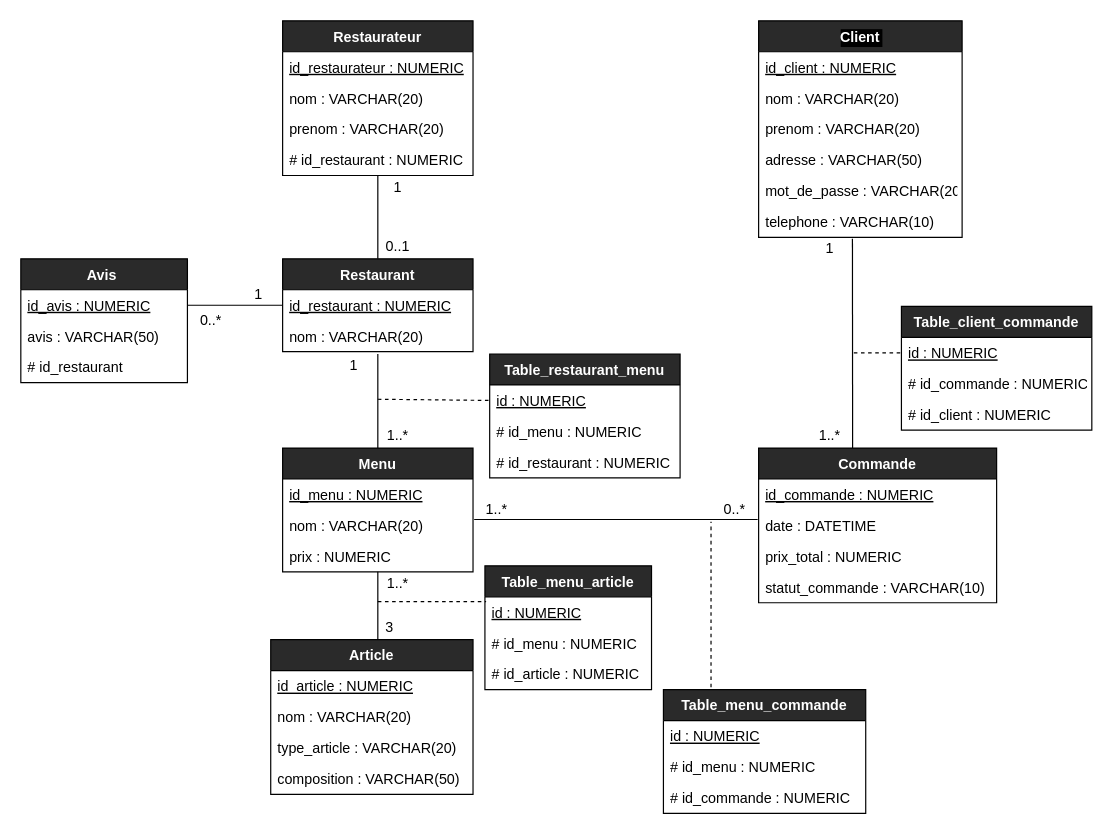
Above: diagrammes/diagramme_base_de_donnees.drawio in TheAIWizard/Ensaeats (draw.io), before the change. Source tidied: cells renumbered, new cells numbered last; positions are measured from the earlier drawing's top-left corner, leaving out a move shared by most shapes. Both pictures are drawn from the tidied source at 119%, with x=0, y=0 at pixel (20, 20).
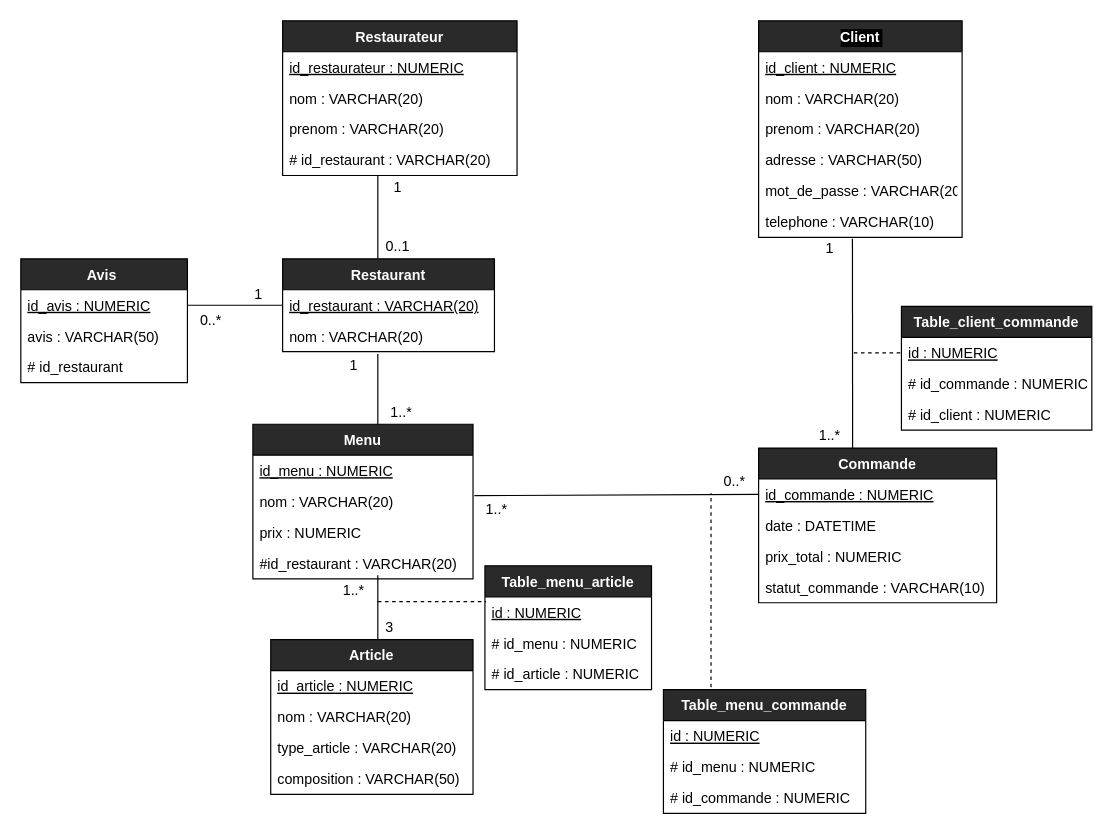
Above is the later version.

Unchanged cells that the change refers to:
```xml
<mxCell id="36" value="&lt;font color=&quot;#000000&quot;&gt;3&lt;/font&gt;" style="text;html=1;strokeColor=none;fillColor=none;align=center;verticalAlign=middle;whiteSpace=wrap;rounded=0;shadow=0;glass=0;sketch=0;" parent="1" vertex="1">
  <mxGeometry x="290" y="500" width="40" height="20" as="geometry" />
</mxCell>
<mxCell id="56" value="id_commande : NUMERIC" style="text;strokeColor=none;fillColor=none;align=left;verticalAlign=top;spacingLeft=4;spacingRight=4;overflow=hidden;points=[[0,0.5],[1,0.5]];portConstraint=eastwest;fontStyle=4;fontColor=#000000;" parent="55" vertex="1">
  <mxGeometry y="26" width="200" height="26" as="geometry" />
</mxCell>
<mxCell id="57" value="date : DATETIME" style="text;strokeColor=none;fillColor=none;align=left;verticalAlign=top;spacingLeft=4;spacingRight=4;overflow=hidden;points=[[0,0.5],[1,0.5]];portConstraint=eastwest;fontColor=#000000;" parent="55" vertex="1">
  <mxGeometry y="52" width="200" height="26" as="geometry" />
</mxCell>
```

The edit, as a diff of the source:
```diff
@@
     <mxCell id="8" value="Restaurateur" style="swimlane;fontStyle=1;horizontal=1;startSize=26;rounded=0;shadow=0;glass=0;sketch=0;fillColor=#2a2a2a;fontColor=#FFFFFF;" parent="1" vertex="1">
-      <mxGeometry x="220" width="160" height="130" as="geometry" />
+      <mxGeometry x="220" width="197" height="130" as="geometry" />
     </mxCell>
     <mxCell id="9" value="id_restaurateur : NUMERIC" style="text;strokeColor=none;fillColor=none;align=left;verticalAlign=top;spacingLeft=4;spacingRight=4;overflow=hidden;fontStyle=4;fontColor=#000000;" parent="8" vertex="1">
-      <mxGeometry y="26" width="160" height="26" as="geometry" />
+      <mxGeometry y="26" width="197" height="26" as="geometry" />
     </mxCell>
     <mxCell id="10" value="nom : VARCHAR(20)" style="text;strokeColor=none;fillColor=none;align=left;verticalAlign=top;spacingLeft=4;spacingRight=4;overflow=hidden;fontColor=#000000;" parent="8" vertex="1">
-      <mxGeometry y="52" width="160" height="26" as="geometry" />
+      <mxGeometry y="52" width="197" height="26" as="geometry" />
     </mxCell>
     <mxCell id="11" value="prenom : VARCHAR(20)&#10;" style="text;strokeColor=none;fillColor=none;align=left;verticalAlign=top;spacingLeft=4;spacingRight=4;overflow=hidden;fontColor=#000000;" parent="8" vertex="1">
-      <mxGeometry y="78" width="160" height="26" as="geometry" />
+      <mxGeometry y="78" width="197" height="26" as="geometry" />
     </mxCell>
-    <mxCell id="12" value="# id_restaurant : NUMERIC" style="text;strokeColor=none;fillColor=none;align=left;verticalAlign=top;spacingLeft=4;spacingRight=4;overflow=hidden;labelBackgroundColor=#ffffff;fontColor=#000000;" parent="8" vertex="1">
-      <mxGeometry y="104" width="160" height="26" as="geometry" />
+    <mxCell id="12" value="# id_restaurant : VARCHAR(20)" style="text;strokeColor=none;fillColor=none;align=left;verticalAlign=top;spacingLeft=4;spacingRight=4;overflow=hidden;labelBackgroundColor=#ffffff;fontColor=#000000;" parent="8" vertex="1">
+      <mxGeometry y="104" width="197" height="26" as="geometry" />
     </mxCell>
     <mxCell id="13" value="Restaurant" style="swimlane;fontStyle=1;horizontal=1;startSize=26;rounded=0;shadow=0;glass=0;sketch=0;fillColor=#2a2a2a;fontColor=#FFFFFF;" parent="1" vertex="1">
-      <mxGeometry x="220" y="200" width="160" height="78" as="geometry" />
+      <mxGeometry x="220" y="200" width="178" height="78" as="geometry" />
     </mxCell>
-    <mxCell id="14" value="id_restaurant : NUMERIC" style="text;strokeColor=none;fillColor=none;align=left;verticalAlign=top;spacingLeft=4;spacingRight=4;overflow=hidden;points=[[0,0.5],[1,0.5]];portConstraint=eastwest;fontStyle=4;fontColor=#000000;" parent="13" vertex="1">
-      <mxGeometry y="26" width="160" height="26" as="geometry" />
+    <mxCell id="14" value="id_restaurant : VARCHAR(20)" style="text;strokeColor=none;fillColor=none;align=left;verticalAlign=top;spacingLeft=4;spacingRight=4;overflow=hidden;points=[[0,0.5],[1,0.5]];portConstraint=eastwest;fontStyle=4;fontColor=#000000;" parent="13" vertex="1">
+      <mxGeometry y="26" width="178" height="26" as="geometry" />
     </mxCell>
     <mxCell id="15" value="nom : VARCHAR(20)" style="text;strokeColor=none;fillColor=none;align=left;verticalAlign=top;spacingLeft=4;spacingRight=4;overflow=hidden;rounded=0;shadow=0;glass=0;sketch=0;fontColor=#000000;" parent="13" vertex="1">
-      <mxGeometry y="52" width="160" height="26" as="geometry" />
+      <mxGeometry y="52" width="178" height="26" as="geometry" />
     </mxCell>
@@
     <mxCell id="17" value="Menu" style="swimlane;fontStyle=1;horizontal=1;startSize=26;rounded=0;shadow=0;glass=0;sketch=0;fillColor=#2a2a2a;fontColor=#FFFFFF;" parent="1" vertex="1">
-      <mxGeometry x="220" y="359" width="160" height="104" as="geometry" />
+      <mxGeometry x="195" y="339" width="185" height="130" as="geometry" />
     </mxCell>
     <mxCell id="18" value="id_menu : NUMERIC" style="text;strokeColor=none;fillColor=none;align=left;verticalAlign=top;spacingLeft=4;spacingRight=4;overflow=hidden;fontStyle=4;fontColor=#000000;" parent="17" vertex="1">
-      <mxGeometry y="26" width="160" height="26" as="geometry" />
+      <mxGeometry y="26" width="185" height="26" as="geometry" />
     </mxCell>
     <mxCell id="19" value="nom : VARCHAR(20)" style="text;strokeColor=none;fillColor=none;align=left;verticalAlign=top;spacingLeft=4;spacingRight=4;overflow=hidden;points=[[0,0.5],[1,0.5]];portConstraint=eastwest;fontColor=#000000;" parent="17" vertex="1">
-      <mxGeometry y="52" width="160" height="26" as="geometry" />
+      <mxGeometry y="52" width="185" height="26" as="geometry" />
     </mxCell>
     <mxCell id="20" value="prix : NUMERIC" style="text;strokeColor=none;fillColor=none;align=left;verticalAlign=top;spacingLeft=4;spacingRight=4;overflow=hidden;points=[[0,0.5],[1,0.5]];portConstraint=eastwest;fontColor=#000000;" parent="17" vertex="1">
-      <mxGeometry y="78" width="160" height="26" as="geometry" />
+      <mxGeometry y="78" width="185" height="26" as="geometry" />
     </mxCell>
+    <mxCell id="75" value="#id_restaurant : VARCHAR(20)" style="text;strokeColor=none;fillColor=none;align=left;verticalAlign=top;spacingLeft=4;spacingRight=4;overflow=hidden;fontColor=#000000;" parent="17" vertex="1">
+      <mxGeometry y="104" width="185" height="26" as="geometry" />
+    </mxCell>
-    <mxCell id="21" style="endArrow=none;html=1;exitX=0.5;exitY=0;exitDx=0;exitDy=0;strokeColor=#000000;" parent="1" edge="1" source="17">
+    <mxCell id="21" style="endArrow=none;html=1;exitX=0;exitY=1;exitDx=0;exitDy=0;strokeColor=#000000;" parent="1" edge="1" source="23">
       <mxGeometry relative="1" as="geometry">
         <mxPoint x="300" y="280" as="targetPoint" />
       </mxGeometry>
     </mxCell>
@@
     <mxCell id="23" value="&lt;font color=&quot;#000000&quot;&gt;1..*&lt;/font&gt;" style="text;html=1;strokeColor=none;fillColor=none;align=center;verticalAlign=middle;whiteSpace=wrap;rounded=0;shadow=0;glass=0;sketch=0;" parent="1" vertex="1">
-      <mxGeometry x="297" y="339" width="40" height="20" as="geometry" />
+      <mxGeometry x="300" y="319" width="40" height="20" as="geometry" />
     </mxCell>
-    <mxCell id="24" style="endArrow=none;dashed=1;html=1;entryX=0;entryY=0.5;entryDx=0;entryDy=0;strokeColor=#000000;" parent="1" edge="1" target="26">
-      <mxGeometry relative="1" as="geometry">
-        <mxPoint x="300" y="318" as="sourcePoint" />
-      </mxGeometry>
-    </mxCell>
-    <mxCell id="25" value="Table_restaurant_menu" style="swimlane;fontStyle=1;horizontal=1;startSize=26;rounded=0;shadow=0;glass=0;sketch=0;fillColor=#2a2a2a;fontColor=#FFFFFF;" parent="1" vertex="1">
-      <mxGeometry x="394" y="280" width="160" height="104" as="geometry" />
-    </mxCell>
-    <mxCell id="26" value="id : NUMERIC" style="text;strokeColor=none;fillColor=none;align=left;verticalAlign=top;spacingLeft=4;spacingRight=4;overflow=hidden;points=[[0,0.5],[1,0.5]];portConstraint=eastwest;fontStyle=4;fontColor=#000000;" parent="25" vertex="1">
-      <mxGeometry y="26" width="160" height="26" as="geometry" />
-    </mxCell>
-    <mxCell id="27" value="# id_menu : NUMERIC" style="text;strokeColor=none;fillColor=none;align=left;verticalAlign=top;spacingLeft=4;spacingRight=4;overflow=hidden;labelBackgroundColor=#ffffff;fontColor=#000000;" parent="25" vertex="1">
-      <mxGeometry y="52" width="160" height="26" as="geometry" />
-    </mxCell>
-    <mxCell id="28" value="# id_restaurant : NUMERIC" style="text;strokeColor=none;fillColor=none;align=left;verticalAlign=top;spacingLeft=4;spacingRight=4;overflow=hidden;fontColor=#000000;" parent="25" vertex="1">
-      <mxGeometry y="78" width="160" height="26" as="geometry" />
-    </mxCell>
@@
-    <mxCell id="34" style="endArrow=none;html=1;exitX=0.25;exitY=1;exitDx=0;exitDy=0;strokeColor=#000000;" parent="1" edge="1" source="36" target="20">
-      <mxGeometry relative="1" as="geometry" />
+    <mxCell id="34" style="endArrow=none;html=1;exitX=0.25;exitY=1;exitDx=0;exitDy=0;strokeColor=#000000;" parent="1" edge="1" source="36">
+      <mxGeometry relative="1" as="geometry">
+        <mxPoint x="300" y="466" as="targetPoint" />
+      </mxGeometry>
     </mxCell>
     <mxCell id="35" value="&lt;font color=&quot;#000000&quot;&gt;1..*&lt;/font&gt;" style="text;html=1;strokeColor=none;fillColor=none;align=center;verticalAlign=middle;whiteSpace=wrap;rounded=0;shadow=0;glass=0;sketch=0;" parent="1" vertex="1">
-      <mxGeometry x="297" y="463" width="40" height="20" as="geometry" />
+      <mxGeometry x="260" y="469" width="40" height="20" as="geometry" />
     </mxCell>
@@
-    <mxCell id="60" style="endArrow=none;html=1;exitX=1.006;exitY=0.309;exitDx=0;exitDy=0;exitPerimeter=0;entryX=-0.004;entryY=0.309;entryDx=0;entryDy=0;entryPerimeter=0;strokeColor=#000000;" parent="1" edge="1" source="19" target="57">
+    <mxCell id="60" style="endArrow=none;html=1;exitX=1.006;exitY=0.309;exitDx=0;exitDy=0;exitPerimeter=0;entryX=0;entryY=0.5;entryDx=0;entryDy=0;strokeColor=#000000;" parent="1" edge="1" source="19" target="56">
       <mxGeometry relative="1" as="geometry" />
     </mxCell>
@@
     <mxCell id="62" value="&lt;font color=&quot;#000000&quot;&gt;0..*&lt;/font&gt;" style="text;html=1;strokeColor=none;fillColor=none;align=center;verticalAlign=middle;whiteSpace=wrap;rounded=0;shadow=0;glass=0;sketch=0;" parent="1" vertex="1">
-      <mxGeometry x="580" y="401" width="40" height="20" as="geometry" />
+      <mxGeometry x="580" y="377" width="40" height="20" as="geometry" />
     </mxCell>
@@
-    <mxCell id="67" style="endArrow=none;dashed=1;html=1;strokeColor=#000000;" parent="1" edge="1">
+    <mxCell id="67" style="endArrow=none;dashed=1;html=1;strokeColor=#000000;entryX=0;entryY=1;entryDx=0;entryDy=0;" parent="1" edge="1" target="62">
       <mxGeometry relative="1" as="geometry">
         <mxPoint x="580" y="560" as="sourcePoint" />
-        <mxPoint x="580" y="421" as="targetPoint" />
       </mxGeometry>
     </mxCell>
```
